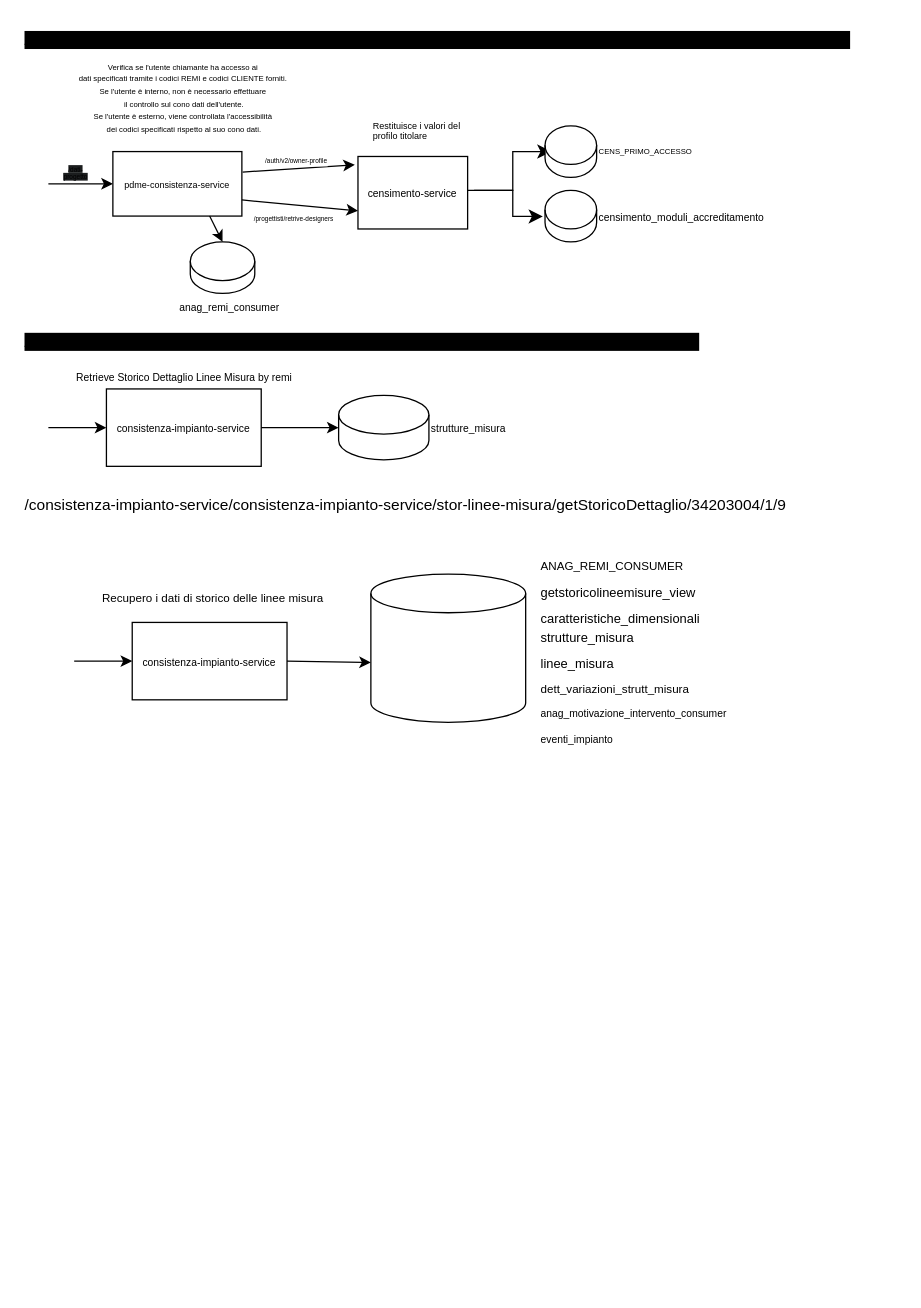
Before: diagrams/Untitled Diagram.drawio in valenico/drawio, a draw.io diagram. Source tidied: cells renumbered, new cells numbered last; positions are measured from the earlier drawing's top-left corner, leaving out a move shared by most shapes. Both pictures are drawn from the tidied source at 129%, with x=0, y=0 at pixel (22, 22).
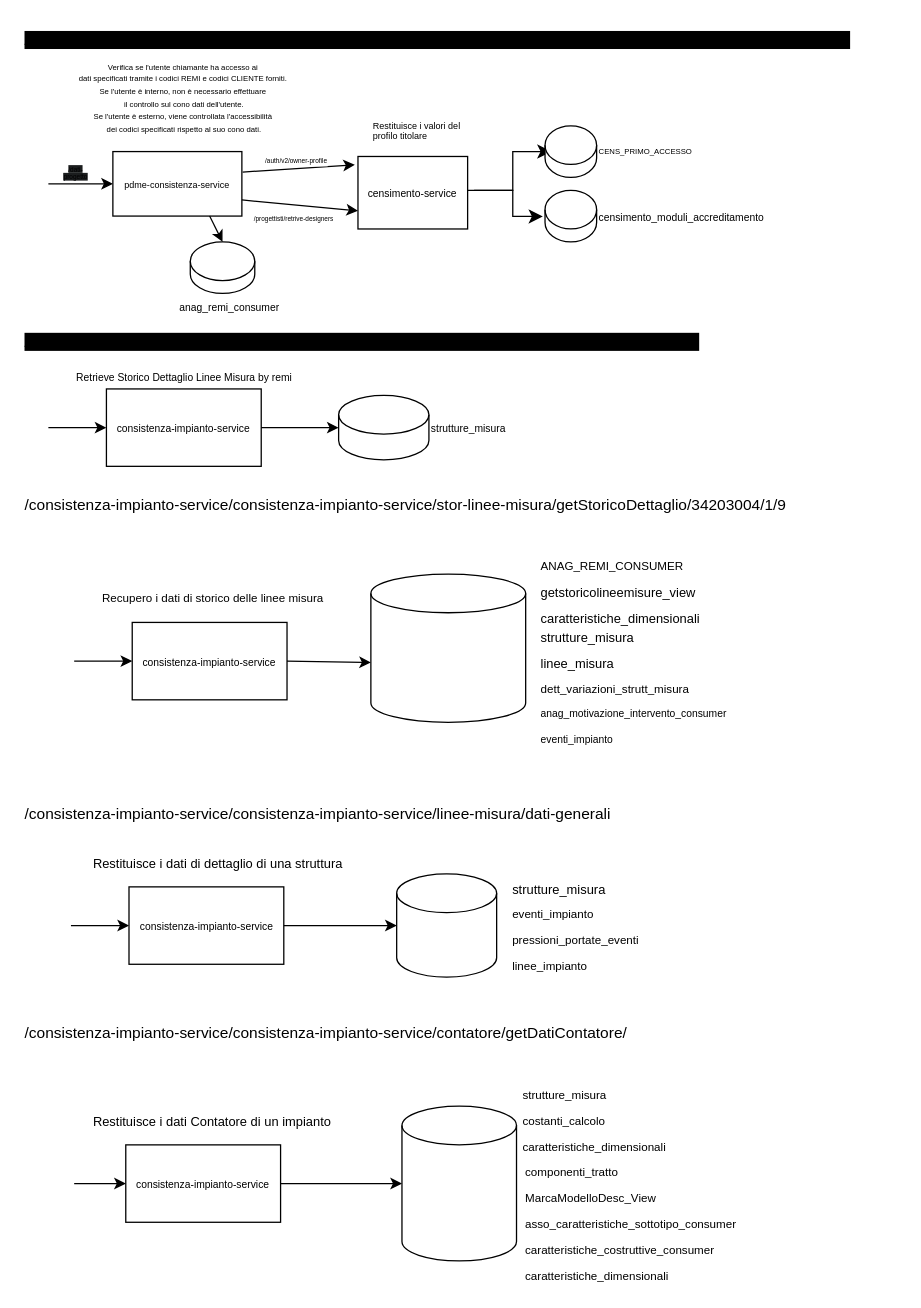
The same diagram, later.

Diff of the diagram source:
```diff
@@
+    <mxCell id="43" value="&lt;span&gt;/consistenza-impianto-service/consistenza-impianto-service/linee-misura/dati-generali&lt;/span&gt;" style="text;whiteSpace=wrap;html=1;labelBackgroundColor=light-dark(#FFFFFF,#FFFFFF);fontColor=light-dark(#000000,#000000);" parent="1" vertex="1">
+      <mxGeometry y="600" width="490" height="20" as="geometry" />
+    </mxCell>
+    <mxCell id="44" value="&lt;font style=&quot;font-size: 8px;&quot;&gt;consistenza-impianto-service&lt;/font&gt;" style="rounded=0;whiteSpace=wrap;html=1;" parent="1" vertex="1">
+      <mxGeometry x="82.5" y="670" width="120" height="60" as="geometry" />
+    </mxCell>
+    <mxCell id="45" style="endArrow=classic;html=1;rounded=0;entryX=0;entryY=0.5;entryDx=0;entryDy=0;" parent="1" edge="1" target="44">
+      <mxGeometry relative="1" as="geometry">
+        <mxPoint x="37.5" y="700" as="sourcePoint" />
+      </mxGeometry>
+    </mxCell>
+    <mxCell id="46" value="Restituisce i dati di dettaglio di una struttura" style="text;whiteSpace=wrap;fontSize=10;" parent="1" vertex="1">
+      <mxGeometry x="52.5" y="640" width="200" height="30" as="geometry" />
+    </mxCell>
+    <mxCell id="47" value="strutture_misura" style="text;whiteSpace=wrap;fontSize=10;" parent="1" vertex="1">
+      <mxGeometry x="377.5" y="660" width="80" height="20" as="geometry" />
+    </mxCell>
+    <mxCell id="48" style="shape=cylinder3;whiteSpace=wrap;html=1;boundedLbl=1;backgroundOutline=1;size=15;" parent="1" vertex="1">
+      <mxGeometry x="290" y="660" width="77.5" height="80" as="geometry" />
+    </mxCell>
+    <mxCell id="49" value="eventi_impianto" style="text;whiteSpace=wrap;fontSize=9;" parent="1" vertex="1">
+      <mxGeometry x="377.5" y="680" width="90" height="30" as="geometry" />
+    </mxCell>
+    <mxCell id="50" value="pressioni_portate_eventi" style="text;whiteSpace=wrap;fontSize=9;" parent="1" vertex="1">
+      <mxGeometry x="377.5" y="700" width="100" height="20" as="geometry" />
+    </mxCell>
+    <mxCell id="51" value="linee_impianto" style="text;whiteSpace=wrap;fontSize=9;" parent="1" vertex="1">
+      <mxGeometry x="377.5" y="720" width="60" height="20" as="geometry" />
+    </mxCell>
+    <mxCell id="52" style="endArrow=classic;html=1;rounded=0;exitX=1;exitY=0.5;exitDx=0;exitDy=0;entryX=0;entryY=0.5;entryDx=0;entryDy=0;entryPerimeter=0;" parent="1" edge="1" source="44" target="48">
+      <mxGeometry relative="1" as="geometry" />
+    </mxCell>
+    <mxCell id="53" value="&lt;span&gt;/consistenza-impianto-service/consistenza-impianto-service/contatore/getDatiContatore/&lt;/span&gt;" style="text;whiteSpace=wrap;html=1;fontColor=light-dark(#000000,#000000);labelBackgroundColor=light-dark(#FFFFFF,#FFFFFF);" parent="1" vertex="1">
+      <mxGeometry y="770" width="500" height="30" as="geometry" />
+    </mxCell>
+    <mxCell id="54" value="&lt;font style=&quot;font-size: 8px;&quot;&gt;consistenza-impianto-service&lt;/font&gt;" style="rounded=0;whiteSpace=wrap;html=1;" parent="1" vertex="1">
+      <mxGeometry x="80" y="870" width="120" height="60" as="geometry" />
+    </mxCell>
+    <mxCell id="55" style="endArrow=classic;html=1;rounded=0;entryX=0;entryY=0.5;entryDx=0;entryDy=0;" parent="1" edge="1" target="54">
+      <mxGeometry relative="1" as="geometry">
+        <mxPoint x="40" y="900" as="sourcePoint" />
+      </mxGeometry>
+    </mxCell>
+    <mxCell id="56" value="Restituisce i dati Contatore di un impianto" style="text;whiteSpace=wrap;fontSize=10;" parent="1" vertex="1">
+      <mxGeometry x="52.5" y="840" width="197.5" height="20" as="geometry" />
+    </mxCell>
+    <mxCell id="57" value="strutture_misura" style="text;whiteSpace=wrap;fontSize=9;" parent="1" vertex="1">
+      <mxGeometry x="385.9" y="820" width="72.5" height="20" as="geometry" />
+    </mxCell>
+    <mxCell id="58" style="shape=cylinder3;whiteSpace=wrap;html=1;boundedLbl=1;backgroundOutline=1;size=15;" parent="1" vertex="1">
+      <mxGeometry x="294.1" y="840" width="88.8" height="120" as="geometry" />
+    </mxCell>
+    <mxCell id="59" value="costanti_calcolo" style="text;whiteSpace=wrap;fontSize=9;" parent="1" vertex="1">
+      <mxGeometry x="385.9" y="840" width="72.5" height="20" as="geometry" />
+    </mxCell>
+    <mxCell id="60" value="caratteristiche_dimensionali" style="text;whiteSpace=wrap;fontSize=9;" parent="1" vertex="1">
+      <mxGeometry x="385.9" y="860" width="120" height="20" as="geometry" />
+    </mxCell>
+    <mxCell id="61" value="componenti_tratto" style="text;whiteSpace=wrap;fontSize=9;" parent="1" vertex="1">
+      <mxGeometry x="388.4" y="880" width="85" height="20" as="geometry" />
+    </mxCell>
+    <mxCell id="62" value="MarcaModelloDesc_View" style="text;whiteSpace=wrap;fontSize=9;" parent="1" vertex="1">
+      <mxGeometry x="388.4" y="900" width="110" height="20" as="geometry" />
+    </mxCell>
+    <mxCell id="63" value="asso_caratteristiche_sottotipo_consumer" style="text;whiteSpace=wrap;fontSize=9;" parent="1" vertex="1">
+      <mxGeometry x="388.4" y="920" width="172.5" height="30" as="geometry" />
+    </mxCell>
+    <mxCell id="64" value="caratteristiche_costruttive_consumer" style="text;whiteSpace=wrap;fontSize=9;" parent="1" vertex="1">
+      <mxGeometry x="388.4" y="940" width="150" height="20" as="geometry" />
+    </mxCell>
+    <mxCell id="65" value="caratteristiche_dimensionali" style="text;whiteSpace=wrap;fontSize=9;" parent="1" vertex="1">
+      <mxGeometry x="388.4" y="960" width="120" height="20" as="geometry" />
+    </mxCell>
+    <mxCell id="66" style="endArrow=classic;html=1;rounded=0;exitX=1;exitY=0.5;exitDx=0;exitDy=0;entryX=0;entryY=0.5;entryDx=0;entryDy=0;entryPerimeter=0;" parent="1" edge="1" source="54" target="58">
+      <mxGeometry relative="1" as="geometry" />
+    </mxCell>
```
